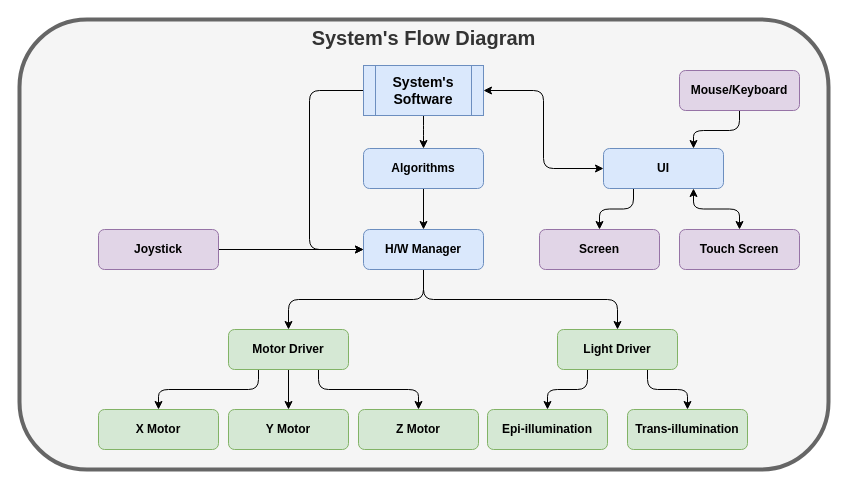
This is page "System's Flow Diagram" (1 of 2) of SystemFlowDiagram.drawio from tsakalifas79/Thesis, a draw.io file, before an edit. Source tidied: cells renumbered, new cells numbered last; positions are measured from the earlier drawing's top-left corner, leaving out a move shared by most shapes. Both pictures are drawn from the tidied source at 100%, with x=0, y=0 at pixel (19, 19).
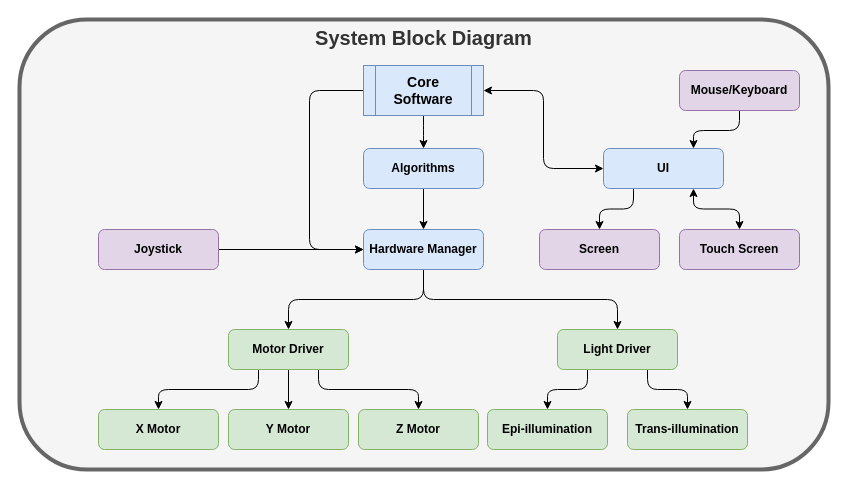
Above is the later version.

Diff of the diagram source:
```diff
@@
-    <mxCell id="2" value="&lt;b&gt;&lt;font style=&quot;font-size: 20px&quot;&gt;System's Flow Diagram&lt;br&gt;&lt;/font&gt;&lt;/b&gt;" style="rounded=1;whiteSpace=wrap;html=1;verticalAlign=top;strokeColor=#666666;strokeWidth=4;fillColor=#f5f5f5;fontColor=#333333;" parent="1" vertex="1">
+    <mxCell id="2" value="&lt;b&gt;&lt;font style=&quot;font-size: 20px&quot;&gt;System Block Diagram&lt;br&gt;&lt;/font&gt;&lt;/b&gt;" style="rounded=1;whiteSpace=wrap;html=1;verticalAlign=top;strokeColor=#666666;strokeWidth=4;fillColor=#f5f5f5;fontColor=#333333;" parent="1" vertex="1">
       <mxGeometry width="809" height="450" as="geometry" />
     </mxCell>
@@
-    <mxCell id="5" value="&lt;span style=&quot;font-size: 14px&quot;&gt;&lt;b&gt;System's&lt;br&gt;Software&lt;br&gt;&lt;/b&gt;&lt;/span&gt;" style="shape=process;whiteSpace=wrap;html=1;backgroundOutline=1;fillColor=#dae8fc;strokeColor=#6c8ebf;" parent="1" vertex="1">
+    <mxCell id="5" value="&lt;span style=&quot;font-size: 14px&quot;&gt;&lt;b&gt;Core&lt;br&gt;Software&lt;br&gt;&lt;/b&gt;&lt;/span&gt;" style="shape=process;whiteSpace=wrap;html=1;backgroundOutline=1;fillColor=#dae8fc;strokeColor=#6c8ebf;" parent="1" vertex="1">
       <mxGeometry x="344" y="46" width="120" height="50" as="geometry" />
     </mxCell>
@@
-    <mxCell id="21" value="&lt;b&gt;H/W Manager&lt;/b&gt;" style="rounded=1;whiteSpace=wrap;html=1;fontSize=12;glass=0;strokeWidth=1;shadow=0;fillColor=#dae8fc;strokeColor=#6c8ebf;" parent="1" vertex="1">
+    <mxCell id="21" value="&lt;b&gt;Hardware Manager&lt;/b&gt;" style="rounded=1;whiteSpace=wrap;html=1;fontSize=12;glass=0;strokeWidth=1;shadow=0;fillColor=#dae8fc;strokeColor=#6c8ebf;" parent="1" vertex="1">
       <mxGeometry x="344" y="210" width="120" height="40" as="geometry" />
     </mxCell>
```
